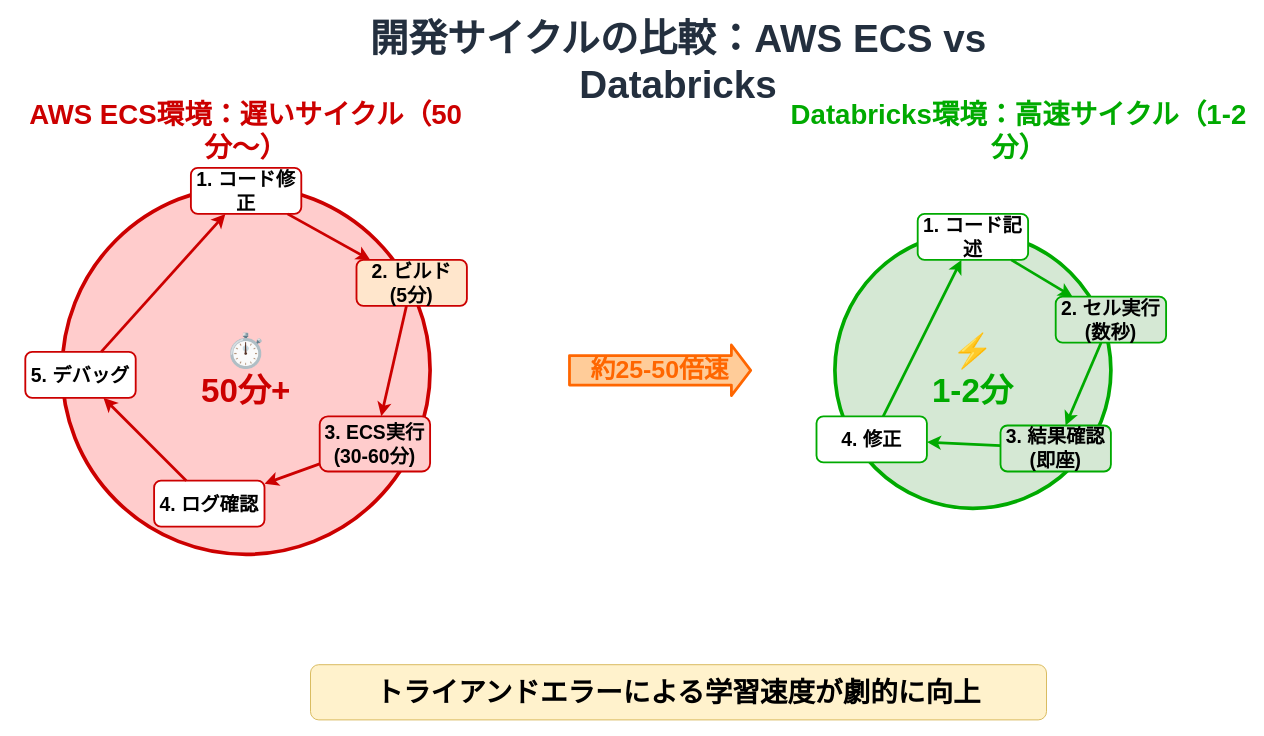
Earlier version of the draw.io diagram assets/2025-11-07-tamesare-data-sapporo/dev-cycle-comparison.drawio (i9wa4/i9wa4.github.io). Source tidied: cells renumbered, new cells numbered last; positions are measured from the earlier drawing's top-left corner, leaving out a move shared by most shapes. Both pictures are drawn from the tidied source at 92%, with x=0, y=0 at pixel (16, 39).
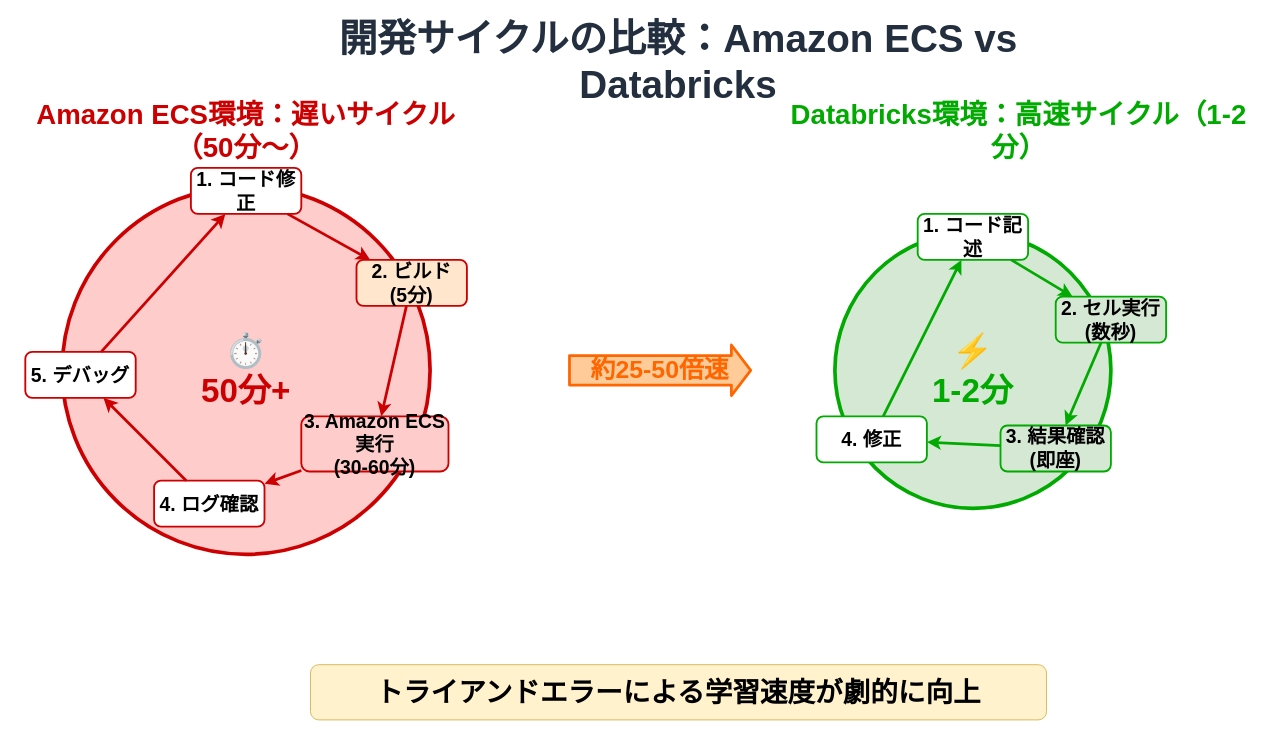
The same diagram, later.

Diff of the diagram source:
```diff
@@
-    <mxCell id="2" value="開発サイクルの比較：AWS ECS vs Databricks" style="text;html=1;strokeColor=none;fillColor=none;align=center;verticalAlign=middle;whiteSpace=wrap;rounded=0;fontSize=42;fontStyle=1;fontColor=#232F3E;" parent="1" vertex="1">
+    <mxCell id="2" value="開発サイクルの比較：Amazon ECS vs Databricks" style="text;html=1;strokeColor=none;fillColor=none;align=center;verticalAlign=middle;whiteSpace=wrap;rounded=0;fontSize=42;fontStyle=1;fontColor=#232F3E;" parent="1" vertex="1">
       <mxGeometry x="320" width="800" height="50" as="geometry" />
     </mxCell>
-    <mxCell id="3" value="AWS ECS環境：遅いサイクル（50分～）" style="text;html=1;strokeColor=none;fillColor=none;align=center;verticalAlign=middle;whiteSpace=wrap;rounded=0;fontSize=30;fontStyle=1;fontColor=#CC0000;" parent="1" vertex="1">
+    <mxCell id="3" value="Amazon ECS環境：遅いサイクル（50分～）" style="text;html=1;strokeColor=none;fillColor=none;align=center;verticalAlign=middle;whiteSpace=wrap;rounded=0;fontSize=30;fontStyle=1;fontColor=#CC0000;" parent="1" vertex="1">
       <mxGeometry y="80" width="500" height="40" as="geometry" />
     </mxCell>
@@
-    <mxCell id="7" value="3. ECS実行&lt;br&gt;(30-60分)" style="rounded=1;whiteSpace=wrap;html=1;fillColor=#ffcccc;strokeColor=#CC0000;strokeWidth=2;fontSize=21;fontStyle=1;" parent="1" vertex="1">
-      <mxGeometry x="330" y="410" width="120" height="60" as="geometry" />
+    <mxCell id="7" value="3. Amazon ECS実行&lt;br&gt;(30-60分)" style="rounded=1;whiteSpace=wrap;html=1;fillColor=#ffcccc;strokeColor=#CC0000;strokeWidth=2;fontSize=21;fontStyle=1;" parent="1" vertex="1">
+      <mxGeometry x="310" y="410" width="160" height="60" as="geometry" />
     </mxCell>
```
